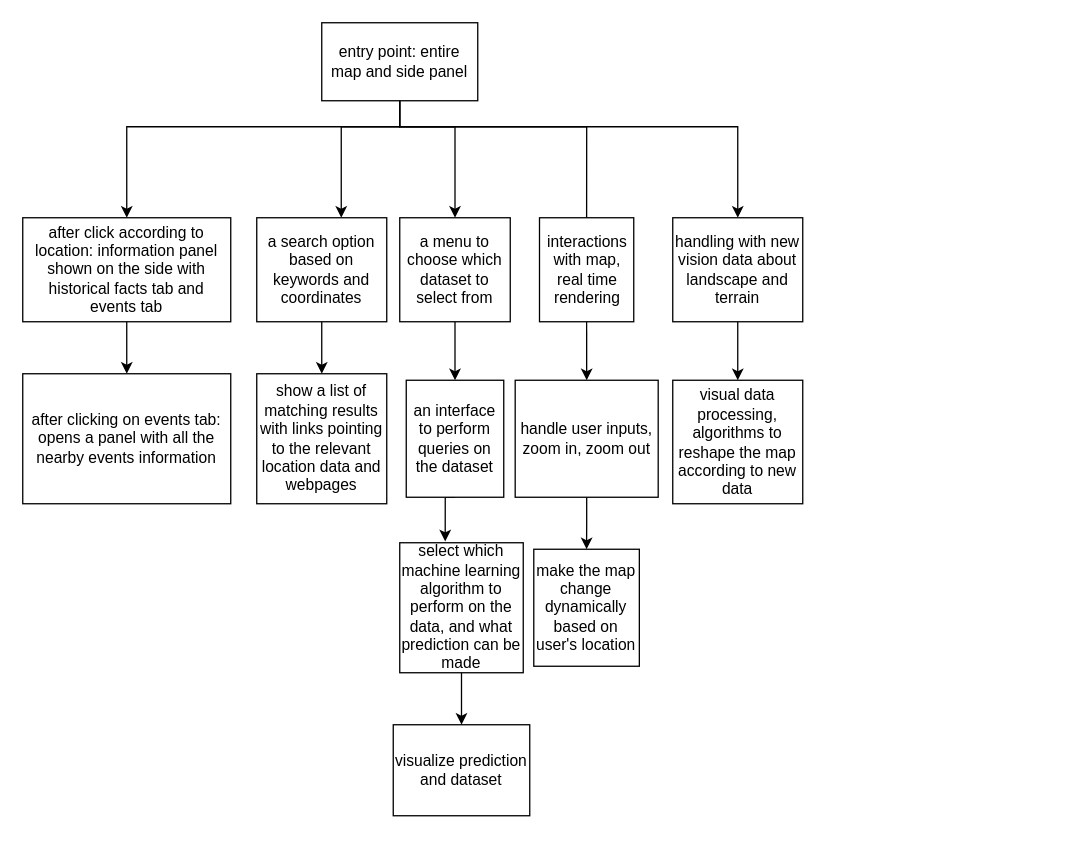
sachiniyer/resow keeps this draw.io diagram as ux-design/app map.drawio. Above is the earlier version. Source tidied: cells renumbered, new cells numbered last; positions are measured from the earlier drawing's top-left corner, leaving out a move shared by most shapes. Both pictures are drawn from the tidied source at 130%, with x=0, y=0 at pixel (22, 22).
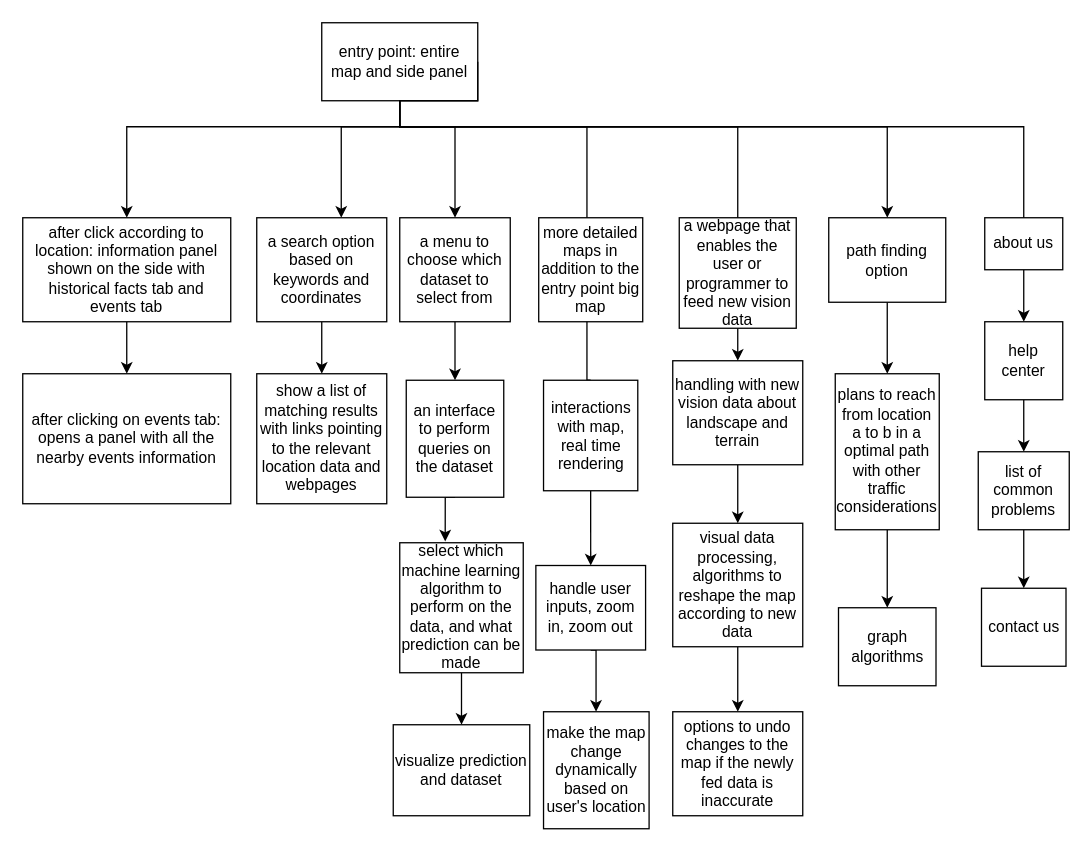
After the change.

Unchanged cells that the change refers to:
```xml
<mxCell id="6" value="&lt;div&gt;entry point: entire map and side panel&lt;/div&gt;" style="whiteSpace=wrap;html=1;" parent="1" vertex="1">
  <mxGeometry x="230" width="120" height="60" as="geometry" />
</mxCell>
```

The edit, as a diff of the source:
```diff
@@
-    <mxCell id="5" style="edgeStyle=orthogonalEdgeStyle;rounded=0;jettySize=auto;html=1;exitX=0.5;exitY=1;exitDx=0;exitDy=0;entryX=0.5;entryY=0;entryDx=0;entryDy=0;" parent="1" edge="1" source="6" target="26">
+    <mxCell id="5" style="edgeStyle=orthogonalEdgeStyle;rounded=0;jettySize=auto;html=1;exitX=0.5;exitY=1;exitDx=0;exitDy=0;" parent="1" edge="1" source="6">
       <mxGeometry relative="1" as="geometry">
+        <mxPoint x="550" y="190" as="targetPoint" />
         <Array as="points">
           <mxPoint x="290" y="80" />
           <mxPoint x="550" y="80" />
         </Array>
       </mxGeometry>
     </mxCell>
+    <mxCell id="28" style="edgeStyle=orthogonalEdgeStyle;rounded=0;jettySize=auto;html=1;entryX=0.5;entryY=0;entryDx=0;entryDy=0;" parent="1" edge="1" source="6" target="43">
+      <mxGeometry relative="1" as="geometry">
+        <Array as="points">
+          <mxPoint x="290" y="80" />
+          <mxPoint x="665" y="80" />
+        </Array>
+      </mxGeometry>
+    </mxCell>
@@
     <mxCell id="21" value="interactions with map, real time rendering" style="whiteSpace=wrap;html=1;" parent="1" vertex="1">
-      <mxGeometry x="397.5" y="150" width="72.5" height="80" as="geometry" />
+      <mxGeometry x="400.6" y="275" width="72.5" height="85" as="geometry" />
     </mxCell>
     <mxCell id="22" style="edgeStyle=orthogonalEdgeStyle;rounded=0;jettySize=auto;html=1;exitX=0.5;exitY=1;exitDx=0;exitDy=0;" parent="1" edge="1" source="23" target="24">
-      <mxGeometry relative="1" as="geometry" />
+      <mxGeometry relative="1" as="geometry">
+        <Array as="points">
+          <mxPoint x="441" y="483" />
+        </Array>
+      </mxGeometry>
     </mxCell>
     <mxCell id="23" value="handle user inputs, zoom in, zoom out" style="whiteSpace=wrap;html=1;" parent="1" vertex="1">
-      <mxGeometry x="378.8" y="275" width="110" height="90" as="geometry" />
+      <mxGeometry x="394.7" y="417.5" width="84.4" height="65" as="geometry" />
     </mxCell>
     <mxCell id="24" value="make the map change dynamically based on user's location" style="whiteSpace=wrap;html=1;" parent="1" vertex="1">
-      <mxGeometry x="393.1" y="405" width="81.2" height="90" as="geometry" />
+      <mxGeometry x="400.6" y="530" width="81.2" height="90" as="geometry" />
     </mxCell>
@@
     <mxCell id="26" value="handling with new vision data about landscape and terrain" style="whiteSpace=wrap;html=1;" parent="1" vertex="1">
-      <mxGeometry x="500" y="150" width="100" height="80" as="geometry" />
+      <mxGeometry x="500" y="260" width="100" height="80" as="geometry" />
     </mxCell>
+    <mxCell id="29" style="edgeStyle=orthogonalEdgeStyle;rounded=0;jettySize=auto;html=1;exitX=0.5;exitY=1;exitDx=0;exitDy=0;" parent="1" edge="1" source="27">
+      <mxGeometry relative="1" as="geometry">
+        <mxPoint x="550" y="530" as="targetPoint" />
+      </mxGeometry>
+    </mxCell>
     <mxCell id="27" value="visual data processing, algorithms to reshape the map according to new data&lt;br&gt;" style="whiteSpace=wrap;html=1;" parent="1" vertex="1">
-      <mxGeometry x="500" y="275" width="100" height="95" as="geometry" />
+      <mxGeometry x="500" y="385" width="100" height="95" as="geometry" />
     </mxCell>
+    <mxCell id="30" style="edgeStyle=orthogonalEdgeStyle;rounded=0;jettySize=auto;html=1;" parent="1" edge="1" source="31">
+      <mxGeometry relative="1" as="geometry">
+        <mxPoint x="770" y="230" as="targetPoint" />
+      </mxGeometry>
+    </mxCell>
+    <mxCell id="31" value="about us&lt;br&gt;" style="whiteSpace=wrap;html=1;" parent="1" vertex="1">
+      <mxGeometry x="740" y="150" width="60" height="40" as="geometry" />
+    </mxCell>
+    <mxCell id="32" style="edgeStyle=orthogonalEdgeStyle;rounded=0;jettySize=auto;html=1;exitX=1;exitY=0.5;exitDx=0;exitDy=0;endArrow=none;" parent="1" edge="1" source="6" target="31">
+      <mxGeometry relative="1" as="geometry">
+        <Array as="points">
+          <mxPoint x="350" y="60" />
+          <mxPoint x="290" y="60" />
+          <mxPoint x="290" y="80" />
+          <mxPoint x="770" y="80" />
+        </Array>
+      </mxGeometry>
+    </mxCell>
+    <mxCell id="33" style="edgeStyle=orthogonalEdgeStyle;rounded=0;jettySize=auto;html=1;" parent="1" edge="1" source="34" target="36">
+      <mxGeometry relative="1" as="geometry" />
+    </mxCell>
+    <mxCell id="34" value="help center" style="whiteSpace=wrap;html=1;" parent="1" vertex="1">
+      <mxGeometry x="740" y="230" width="60" height="60" as="geometry" />
+    </mxCell>
+    <mxCell id="35" style="edgeStyle=orthogonalEdgeStyle;rounded=0;jettySize=auto;html=1;exitX=0.5;exitY=1;exitDx=0;exitDy=0;entryX=0.5;entryY=0;entryDx=0;entryDy=0;" parent="1" edge="1" source="36" target="37">
+      <mxGeometry relative="1" as="geometry" />
+    </mxCell>
+    <mxCell id="36" value="list of common problems" style="rounded=0;whiteSpace=wrap;html=1;" parent="1" vertex="1">
+      <mxGeometry x="735" y="330" width="70" height="60" as="geometry" />
+    </mxCell>
+    <mxCell id="37" value="contact us" style="whiteSpace=wrap;html=1;" parent="1" vertex="1">
+      <mxGeometry x="737.5" y="435" width="65" height="60" as="geometry" />
+    </mxCell>
+    <mxCell id="38" style="edgeStyle=orthogonalEdgeStyle;rounded=0;jettySize=auto;html=1;exitX=0.5;exitY=1;exitDx=0;exitDy=0;entryX=0.5;entryY=0;entryDx=0;entryDy=0;" parent="1" edge="1" source="39" target="26">
+      <mxGeometry relative="1" as="geometry" />
+    </mxCell>
+    <mxCell id="39" value="a webpage that enables the user or programmer to feed new vision data" style="whiteSpace=wrap;html=1;" parent="1" vertex="1">
+      <mxGeometry x="505" y="150" width="90" height="85" as="geometry" />
+    </mxCell>
+    <mxCell id="40" value="more detailed maps in addition to the entry point big map" style="rounded=0;whiteSpace=wrap;html=1;" parent="1" vertex="1">
+      <mxGeometry x="396.9" y="150" width="80" height="80" as="geometry" />
+    </mxCell>
+    <mxCell id="41" value="options to undo changes to the map if the newly fed data is inaccurate" style="whiteSpace=wrap;html=1;" parent="1" vertex="1">
+      <mxGeometry x="500" y="530" width="100" height="80" as="geometry" />
+    </mxCell>
+    <mxCell id="42" style="edgeStyle=orthogonalEdgeStyle;rounded=0;jettySize=auto;html=1;exitX=0.5;exitY=1;exitDx=0;exitDy=0;" parent="1" edge="1" source="43">
+      <mxGeometry relative="1" as="geometry">
+        <mxPoint x="665" y="270" as="targetPoint" />
+      </mxGeometry>
+    </mxCell>
+    <mxCell id="43" value="path finding option" style="whiteSpace=wrap;html=1;" parent="1" vertex="1">
+      <mxGeometry x="620" y="150" width="90" height="65" as="geometry" />
+    </mxCell>
+    <mxCell id="44" style="edgeStyle=orthogonalEdgeStyle;rounded=0;jettySize=auto;html=1;exitX=0.5;exitY=1;exitDx=0;exitDy=0;" parent="1" edge="1" source="45" target="46">
+      <mxGeometry relative="1" as="geometry" />
+    </mxCell>
+    <mxCell id="45" value="plans to reach from location a to b in a optimal path with other traffic considerations" style="whiteSpace=wrap;html=1;" parent="1" vertex="1">
+      <mxGeometry x="625" y="270" width="80" height="120" as="geometry" />
+    </mxCell>
+    <mxCell id="46" value="graph algorithms" style="rounded=0;whiteSpace=wrap;html=1;" parent="1" vertex="1">
+      <mxGeometry x="627.5" y="450" width="75" height="60" as="geometry" />
+    </mxCell>
```
